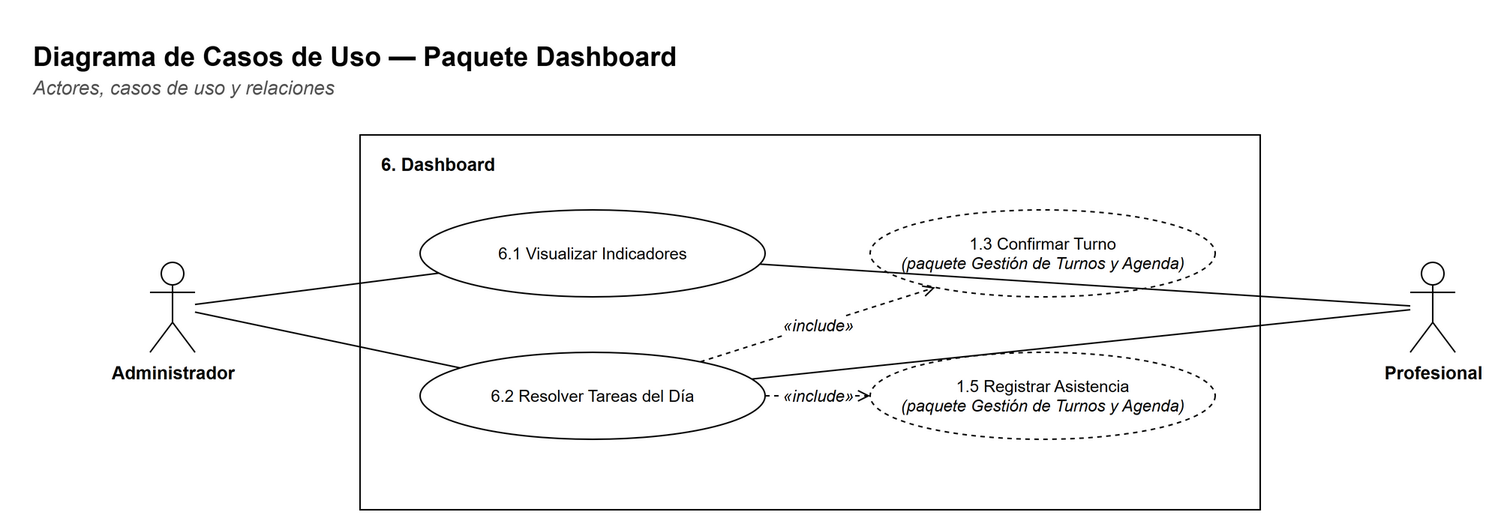
This is docs/diagramas/paquete-dashboard-casos.png from Matiglorioso/kineturnos, a draw.io export, as it was before one commit. Source tidied: cells renumbered, new cells last; positions are measured from the earlier drawing's top-left corner, leaving out a move shared by most shapes. The source it was exported from:
```xml
<mxGraphModel background="#FFFFFF">
  <root>
    <mxCell id="0" />
    <mxCell id="1" parent="0" />
    <mxCell id="2" value="&lt;b&gt;Diagrama de Casos de Uso — Paquete Dashboard&lt;/b&gt;" style="text;html=1;strokeColor=none;fillColor=none;align=left;verticalAlign=top;whiteSpace=wrap;fontFamily=Helvetica;fontSize=18;" parent="1" vertex="1">
      <mxGeometry width="900" height="26" as="geometry" />
    </mxCell>
    <mxCell id="3" value="&lt;i&gt;Actores, casos de uso y relaciones&lt;/i&gt;" style="text;html=1;strokeColor=none;fillColor=none;align=left;verticalAlign=top;whiteSpace=wrap;fontFamily=Helvetica;fontSize=13;fontColor=#555555;" parent="1" vertex="1">
      <mxGeometry y="24" width="900" height="20" as="geometry" />
    </mxCell>
    <mxCell id="4" style="rounded=0;whiteSpace=wrap;html=1;fillColor=#FFFFFF;strokeColor=#000000;fontFamily=Helvetica;fontSize=12;verticalAlign=top;" parent="1" vertex="1">
      <mxGeometry x="220" y="70" width="600" height="250" as="geometry" />
    </mxCell>
    <mxCell id="5" value="&lt;b&gt;6. Dashboard&lt;/b&gt;" style="text;html=1;strokeColor=none;fillColor=none;align=left;verticalAlign=top;whiteSpace=wrap;fontFamily=Helvetica;fontSize=12;" parent="1" vertex="1">
      <mxGeometry x="232" y="76" width="580" height="20" as="geometry" />
    </mxCell>
    <mxCell id="6" value="6.1 Visualizar Indicadores" style="ellipse;whiteSpace=wrap;html=1;fillColor=#FFFFFF;strokeColor=#000000;fontFamily=Helvetica;fontSize=11;" parent="1" vertex="1">
      <mxGeometry x="260" y="120" width="230" height="58" as="geometry" />
    </mxCell>
    <mxCell id="7" value="6.2 Resolver Tareas del Día" style="ellipse;whiteSpace=wrap;html=1;fillColor=#FFFFFF;strokeColor=#000000;fontFamily=Helvetica;fontSize=11;" parent="1" vertex="1">
      <mxGeometry x="260" y="215" width="230" height="58" as="geometry" />
    </mxCell>
    <mxCell id="8" value="1.3 Confirmar Turno&lt;br&gt;&lt;i&gt;(paquete Gestión de Turnos y Agenda)&lt;/i&gt;" style="ellipse;whiteSpace=wrap;html=1;fillColor=#FFFFFF;strokeColor=#000000;fontFamily=Helvetica;fontSize=11;dashed=1;" parent="1" vertex="1">
      <mxGeometry x="560" y="120" width="230" height="58" as="geometry" />
    </mxCell>
    <mxCell id="9" value="1.5 Registrar Asistencia&lt;br&gt;&lt;i&gt;(paquete Gestión de Turnos y Agenda)&lt;/i&gt;" style="ellipse;whiteSpace=wrap;html=1;fillColor=#FFFFFF;strokeColor=#000000;fontFamily=Helvetica;fontSize=11;dashed=1;" parent="1" vertex="1">
      <mxGeometry x="560" y="215" width="230" height="58" as="geometry" />
    </mxCell>
    <mxCell id="10" value="Administrador" style="shape=umlActor;verticalLabelPosition=bottom;verticalAlign=top;html=1;outlineConnect=0;fillColor=#FFFFFF;strokeColor=#000000;fontFamily=Helvetica;fontSize=12;fontStyle=1;" parent="1" vertex="1">
      <mxGeometry x="80" y="155" width="30" height="60" as="geometry" />
    </mxCell>
    <mxCell id="11" value="Profesional" style="shape=umlActor;verticalLabelPosition=bottom;verticalAlign=top;html=1;outlineConnect=0;fillColor=#FFFFFF;strokeColor=#000000;fontFamily=Helvetica;fontSize=12;fontStyle=1;" parent="1" vertex="1">
      <mxGeometry x="920" y="155" width="30" height="60" as="geometry" />
    </mxCell>
    <mxCell id="12" style="edgeStyle=none;html=1;endArrow=none;endFill=0;strokeColor=#000000;fontFamily=Helvetica;fontSize=11;labelBackgroundColor=#FFFFFF;" parent="1" edge="1" source="10" target="6">
      <mxGeometry relative="1" as="geometry" />
    </mxCell>
    <mxCell id="13" style="edgeStyle=none;html=1;endArrow=none;endFill=0;strokeColor=#000000;fontFamily=Helvetica;fontSize=11;labelBackgroundColor=#FFFFFF;" parent="1" edge="1" source="11" target="6">
      <mxGeometry relative="1" as="geometry" />
    </mxCell>
    <mxCell id="14" style="edgeStyle=none;html=1;endArrow=none;endFill=0;strokeColor=#000000;fontFamily=Helvetica;fontSize=11;labelBackgroundColor=#FFFFFF;" parent="1" edge="1" source="10" target="7">
      <mxGeometry relative="1" as="geometry" />
    </mxCell>
    <mxCell id="15" style="edgeStyle=none;html=1;endArrow=none;endFill=0;strokeColor=#000000;fontFamily=Helvetica;fontSize=11;labelBackgroundColor=#FFFFFF;" parent="1" edge="1" source="11" target="7">
      <mxGeometry relative="1" as="geometry" />
    </mxCell>
    <mxCell id="16" value="«include»" style="edgeStyle=none;html=1;endArrow=open;endFill=0;strokeColor=#000000;fontFamily=Helvetica;fontSize=11;labelBackgroundColor=#FFFFFF;dashed=1;fontStyle=2;" parent="1" edge="1" source="7" target="8">
      <mxGeometry relative="1" as="geometry" />
    </mxCell>
    <mxCell id="17" value="«include»" style="edgeStyle=none;html=1;endArrow=open;endFill=0;strokeColor=#000000;fontFamily=Helvetica;fontSize=11;labelBackgroundColor=#FFFFFF;dashed=1;fontStyle=2;" parent="1" edge="1" source="7" target="9">
      <mxGeometry relative="1" as="geometry" />
    </mxCell>
  </root>
</mxGraphModel>
```
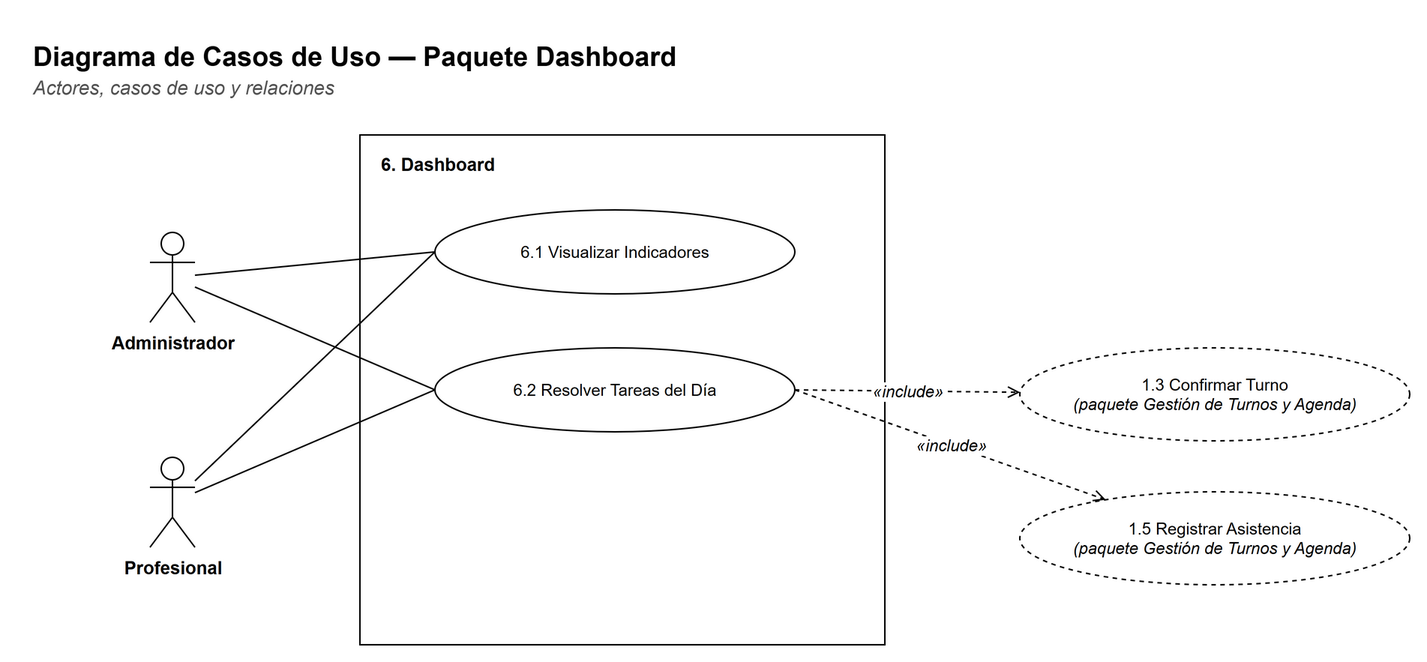
The same file after the commit.

The edit, as a diff of the source:
```diff
@@ -9,45 +9,45 @@
       <mxGeometry y="24" width="900" height="20" as="geometry" />
     </mxCell>
     <mxCell id="4" style="rounded=0;whiteSpace=wrap;html=1;fillColor=#FFFFFF;strokeColor=#000000;fontFamily=Helvetica;fontSize=12;verticalAlign=top;" parent="1" vertex="1">
-      <mxGeometry x="220" y="70" width="600" height="250" as="geometry" />
+      <mxGeometry x="220" y="70" width="350" height="340" as="geometry" />
     </mxCell>
     <mxCell id="5" value="&lt;b&gt;6. Dashboard&lt;/b&gt;" style="text;html=1;strokeColor=none;fillColor=none;align=left;verticalAlign=top;whiteSpace=wrap;fontFamily=Helvetica;fontSize=12;" parent="1" vertex="1">
-      <mxGeometry x="232" y="76" width="580" height="20" as="geometry" />
+      <mxGeometry x="232" y="76" width="330" height="20" as="geometry" />
     </mxCell>
     <mxCell id="6" value="6.1 Visualizar Indicadores" style="ellipse;whiteSpace=wrap;html=1;fillColor=#FFFFFF;strokeColor=#000000;fontFamily=Helvetica;fontSize=11;" parent="1" vertex="1">
-      <mxGeometry x="260" y="120" width="230" height="58" as="geometry" />
+      <mxGeometry x="270" y="120" width="240" height="56" as="geometry" />
     </mxCell>
     <mxCell id="7" value="6.2 Resolver Tareas del Día" style="ellipse;whiteSpace=wrap;html=1;fillColor=#FFFFFF;strokeColor=#000000;fontFamily=Helvetica;fontSize=11;" parent="1" vertex="1">
-      <mxGeometry x="260" y="215" width="230" height="58" as="geometry" />
+      <mxGeometry x="270" y="212" width="240" height="56" as="geometry" />
     </mxCell>
     <mxCell id="8" value="1.3 Confirmar Turno&lt;br&gt;&lt;i&gt;(paquete Gestión de Turnos y Agenda)&lt;/i&gt;" style="ellipse;whiteSpace=wrap;html=1;fillColor=#FFFFFF;strokeColor=#000000;fontFamily=Helvetica;fontSize=11;dashed=1;" parent="1" vertex="1">
-      <mxGeometry x="560" y="120" width="230" height="58" as="geometry" />
+      <mxGeometry x="660" y="212" width="260" height="62" as="geometry" />
     </mxCell>
     <mxCell id="9" value="1.5 Registrar Asistencia&lt;br&gt;&lt;i&gt;(paquete Gestión de Turnos y Agenda)&lt;/i&gt;" style="ellipse;whiteSpace=wrap;html=1;fillColor=#FFFFFF;strokeColor=#000000;fontFamily=Helvetica;fontSize=11;dashed=1;" parent="1" vertex="1">
-      <mxGeometry x="560" y="215" width="230" height="58" as="geometry" />
+      <mxGeometry x="660" y="308" width="260" height="62" as="geometry" />
     </mxCell>
     <mxCell id="10" value="Administrador" style="shape=umlActor;verticalLabelPosition=bottom;verticalAlign=top;html=1;outlineConnect=0;fillColor=#FFFFFF;strokeColor=#000000;fontFamily=Helvetica;fontSize=12;fontStyle=1;" parent="1" vertex="1">
-      <mxGeometry x="80" y="155" width="30" height="60" as="geometry" />
+      <mxGeometry x="80" y="135" width="30" height="60" as="geometry" />
     </mxCell>
     <mxCell id="11" value="Profesional" style="shape=umlActor;verticalLabelPosition=bottom;verticalAlign=top;html=1;outlineConnect=0;fillColor=#FFFFFF;strokeColor=#000000;fontFamily=Helvetica;fontSize=12;fontStyle=1;" parent="1" vertex="1">
-      <mxGeometry x="920" y="155" width="30" height="60" as="geometry" />
+      <mxGeometry x="80" y="285" width="30" height="60" as="geometry" />
     </mxCell>
-    <mxCell id="12" style="edgeStyle=none;html=1;endArrow=none;endFill=0;strokeColor=#000000;fontFamily=Helvetica;fontSize=11;labelBackgroundColor=#FFFFFF;" parent="1" edge="1" source="10" target="6">
+    <mxCell id="12" style="edgeStyle=none;html=1;endArrow=none;endFill=0;strokeColor=#000000;fontFamily=Helvetica;fontSize=11;labelBackgroundColor=#FFFFFF;entryX=0;entryY=0.5;entryDx=0;entryDy=0;" parent="1" edge="1" source="10" target="6">
       <mxGeometry relative="1" as="geometry" />
     </mxCell>
-    <mxCell id="13" style="edgeStyle=none;html=1;endArrow=none;endFill=0;strokeColor=#000000;fontFamily=Helvetica;fontSize=11;labelBackgroundColor=#FFFFFF;" parent="1" edge="1" source="11" target="6">
+    <mxCell id="13" style="edgeStyle=none;html=1;endArrow=none;endFill=0;strokeColor=#000000;fontFamily=Helvetica;fontSize=11;labelBackgroundColor=#FFFFFF;entryX=0;entryY=0.5;entryDx=0;entryDy=0;" parent="1" edge="1" source="11" target="6">
       <mxGeometry relative="1" as="geometry" />
     </mxCell>
-    <mxCell id="14" style="edgeStyle=none;html=1;endArrow=none;endFill=0;strokeColor=#000000;fontFamily=Helvetica;fontSize=11;labelBackgroundColor=#FFFFFF;" parent="1" edge="1" source="10" target="7">
+    <mxCell id="14" style="edgeStyle=none;html=1;endArrow=none;endFill=0;strokeColor=#000000;fontFamily=Helvetica;fontSize=11;labelBackgroundColor=#FFFFFF;entryX=0;entryY=0.5;entryDx=0;entryDy=0;" parent="1" edge="1" source="10" target="7">
       <mxGeometry relative="1" as="geometry" />
     </mxCell>
-    <mxCell id="15" style="edgeStyle=none;html=1;endArrow=none;endFill=0;strokeColor=#000000;fontFamily=Helvetica;fontSize=11;labelBackgroundColor=#FFFFFF;" parent="1" edge="1" source="11" target="7">
+    <mxCell id="15" style="edgeStyle=none;html=1;endArrow=none;endFill=0;strokeColor=#000000;fontFamily=Helvetica;fontSize=11;labelBackgroundColor=#FFFFFF;entryX=0;entryY=0.5;entryDx=0;entryDy=0;" parent="1" edge="1" source="11" target="7">
       <mxGeometry relative="1" as="geometry" />
     </mxCell>
-    <mxCell id="16" value="«include»" style="edgeStyle=none;html=1;endArrow=open;endFill=0;strokeColor=#000000;fontFamily=Helvetica;fontSize=11;labelBackgroundColor=#FFFFFF;dashed=1;fontStyle=2;" parent="1" edge="1" source="7" target="8">
+    <mxCell id="16" value="«include»" style="edgeStyle=none;html=1;endArrow=open;endFill=0;strokeColor=#000000;fontFamily=Helvetica;fontSize=11;labelBackgroundColor=#FFFFFF;dashed=1;fontStyle=2;exitX=1;exitY=0.5;exitDx=0;exitDy=0;" parent="1" edge="1" source="7" target="8">
       <mxGeometry relative="1" as="geometry" />
     </mxCell>
-    <mxCell id="17" value="«include»" style="edgeStyle=none;html=1;endArrow=open;endFill=0;strokeColor=#000000;fontFamily=Helvetica;fontSize=11;labelBackgroundColor=#FFFFFF;dashed=1;fontStyle=2;" parent="1" edge="1" source="7" target="9">
+    <mxCell id="17" value="«include»" style="edgeStyle=none;html=1;endArrow=open;endFill=0;strokeColor=#000000;fontFamily=Helvetica;fontSize=11;labelBackgroundColor=#FFFFFF;dashed=1;fontStyle=2;exitX=1;exitY=0.5;exitDx=0;exitDy=0;" parent="1" edge="1" source="7" target="9">
       <mxGeometry relative="1" as="geometry" />
     </mxCell>
   </root>
```
